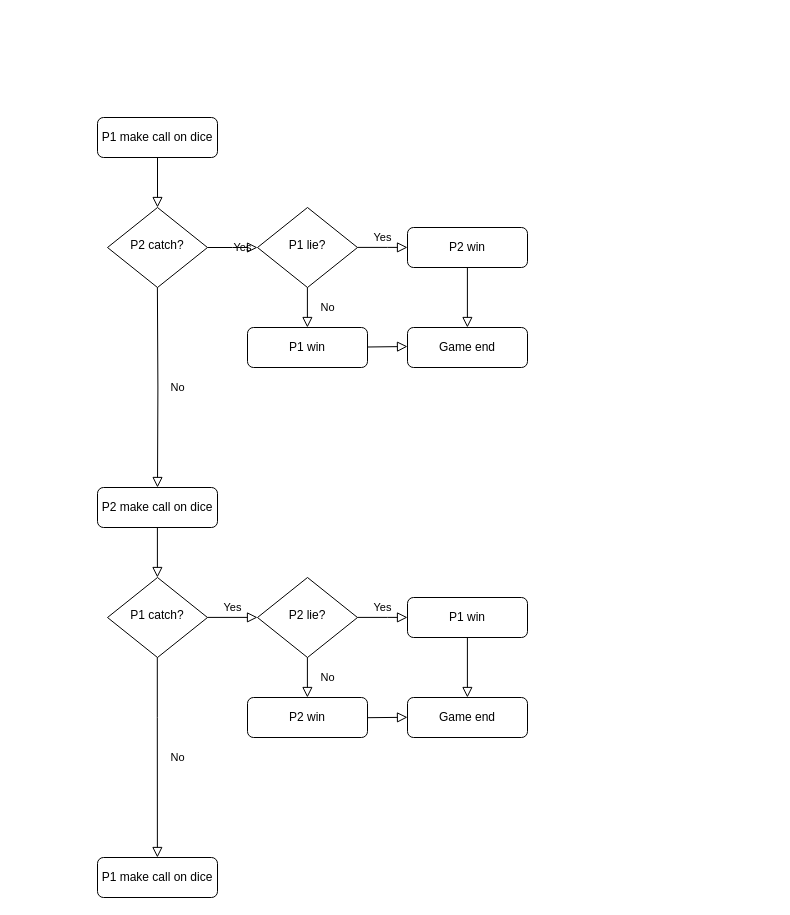
Above: Flowchart.drawio in hhshan21/Liar-s-Dice (draw.io), before the change. Source tidied: cells renumbered, new cells numbered last; positions are measured from the earlier drawing's top-left corner, leaving out a move shared by most shapes. Both pictures are drawn from the tidied source at 100%, with x=0, y=0 at pixel (97, 117).
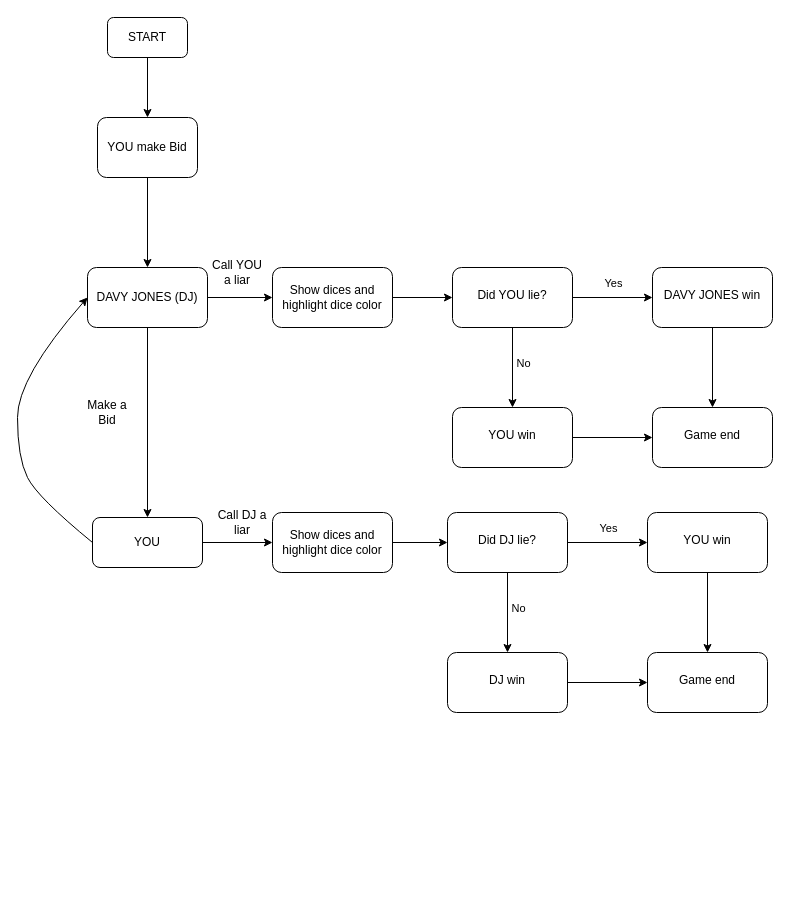
The same page after the edit.

Diff of the diagram source:
```diff
@@
-    <mxCell id="2" style="rounded=0;html=1;jettySize=auto;fontSize=11;endArrow=block;endFill=0;endSize=8;strokeWidth=1;shadow=0;labelBackgroundColor=none;edgeStyle=orthogonalEdgeStyle;" parent="1" edge="1" source="3" target="5">
-      <mxGeometry relative="1" as="geometry" />
-    </mxCell>
+    <mxCell id="29" style="edgeStyle=orthogonalEdgeStyle;rounded=0;jettySize=auto;html=1;" parent="1" edge="1" source="3" target="44">
+      <mxGeometry relative="1" as="geometry" />
+    </mxCell>
-    <mxCell id="3" value="P1 make call on dice" style="rounded=1;whiteSpace=wrap;html=1;fontSize=12;glass=0;strokeWidth=1;shadow=0;" parent="1" vertex="1">
-      <mxGeometry width="120" height="40" as="geometry" />
+    <mxCell id="3" value="YOU make Bid" style="rounded=1;whiteSpace=wrap;html=1;fontSize=12;glass=0;strokeWidth=1;shadow=0;" parent="1" vertex="1">
+      <mxGeometry width="100" height="60" as="geometry" />
     </mxCell>
-    <mxCell id="4" value="Yes" style="edgeStyle=orthogonalEdgeStyle;rounded=0;html=1;jettySize=auto;fontSize=11;endArrow=block;endFill=0;endSize=8;strokeWidth=1;shadow=0;labelBackgroundColor=none;" parent="1" edge="1" source="5">
-      <mxGeometry y="10" relative="1" as="geometry">
-        <mxPoint x="160" y="130" as="targetPoint" />
-      </mxGeometry>
-    </mxCell>
-    <mxCell id="5" value="P2 catch?" style="rhombus;whiteSpace=wrap;html=1;shadow=0;fontFamily=Helvetica;fontSize=12;align=center;strokeWidth=1;spacing=6;spacingTop=-4;" parent="1" vertex="1">
-      <mxGeometry x="10" y="90" width="100" height="80" as="geometry" />
-    </mxCell>
-    <mxCell id="6" value="P1 win" style="rounded=1;whiteSpace=wrap;html=1;fontSize=12;glass=0;strokeWidth=1;shadow=0;" parent="1" vertex="1">
-      <mxGeometry x="150" y="210" width="120" height="40" as="geometry" />
-    </mxCell>
-    <mxCell id="7" value="P1 lie?" style="rhombus;whiteSpace=wrap;html=1;shadow=0;fontFamily=Helvetica;fontSize=12;align=center;strokeWidth=1;spacing=6;spacingTop=-4;" parent="1" vertex="1">
-      <mxGeometry x="160" y="90" width="100" height="80" as="geometry" />
-    </mxCell>
-    <mxCell id="8" value="Yes" style="edgeStyle=orthogonalEdgeStyle;rounded=0;html=1;jettySize=auto;orthogonalLoop=1;fontSize=11;endArrow=block;endFill=0;endSize=8;strokeWidth=1;shadow=0;labelBackgroundColor=none;" parent="1" edge="1">
-      <mxGeometry y="10" relative="1" as="geometry">
-        <mxPoint x="260" y="129.9" as="sourcePoint" />
-        <mxPoint x="310" y="129.9" as="targetPoint" />
-        <Array as="points">
-          <mxPoint x="290" y="129.9" />
-          <mxPoint x="290" y="129.9" />
-        </Array>
-      </mxGeometry>
-    </mxCell>
-    <mxCell id="9" value="P2 win" style="rounded=1;whiteSpace=wrap;html=1;fontSize=12;glass=0;strokeWidth=1;shadow=0;" parent="1" vertex="1">
-      <mxGeometry x="310" y="110" width="120" height="40" as="geometry" />
-    </mxCell>
-    <mxCell id="10" value="No" style="rounded=0;html=1;jettySize=auto;orthogonalLoop=1;fontSize=11;endArrow=block;endFill=0;endSize=8;strokeWidth=1;shadow=0;labelBackgroundColor=none;edgeStyle=orthogonalEdgeStyle;" parent="1" edge="1">
-      <mxGeometry y="20" relative="1" as="geometry">
-        <mxPoint x="209.9" y="170" as="sourcePoint" />
-        <mxPoint x="209.9" y="210" as="targetPoint" />
-        <Array as="points">
-          <mxPoint x="209.9" y="170" />
-          <mxPoint x="209.9" y="170" />
-        </Array>
-      </mxGeometry>
-    </mxCell>
-    <mxCell id="11" style="edgeStyle=none;orthogonalLoop=1;jettySize=auto;html=1;rounded=0;shadow=0;labelBackgroundColor=none;fontFamily=Helvetica;fontSize=11;fontColor=default;endArrow=block;endFill=0;endSize=8;strokeColor=default;strokeWidth=1;shape=connector;" parent="1" edge="1">
-      <mxGeometry relative="1" as="geometry">
-        <mxPoint x="270" y="229.5" as="sourcePoint" />
-        <mxPoint x="310" y="229" as="targetPoint" />
-      </mxGeometry>
-    </mxCell>
-    <mxCell id="12" style="edgeStyle=none;orthogonalLoop=1;jettySize=auto;html=1;rounded=0;shadow=0;labelBackgroundColor=none;fontFamily=Helvetica;fontSize=11;fontColor=default;endArrow=block;endFill=0;endSize=8;strokeColor=default;strokeWidth=1;shape=connector;" parent="1" edge="1">
-      <mxGeometry relative="1" as="geometry">
-        <mxPoint x="369.9" y="150" as="sourcePoint" />
-        <mxPoint x="369.9" y="210" as="targetPoint" />
-      </mxGeometry>
-    </mxCell>
-    <mxCell id="13" value="Game end" style="rounded=1;whiteSpace=wrap;html=1;fontSize=12;glass=0;strokeWidth=1;shadow=0;" parent="1" vertex="1">
-      <mxGeometry x="310" y="210" width="120" height="40" as="geometry" />
-    </mxCell>
-    <mxCell id="14" value="P2 make call on dice" style="rounded=1;whiteSpace=wrap;html=1;fontSize=12;glass=0;strokeWidth=1;shadow=0;" parent="1" vertex="1">
-      <mxGeometry y="370" width="120" height="40" as="geometry" />
-    </mxCell>
-    <mxCell id="15" value="No" style="rounded=0;html=1;jettySize=auto;fontSize=11;endArrow=block;endFill=0;endSize=8;strokeWidth=1;shadow=0;labelBackgroundColor=none;edgeStyle=orthogonalEdgeStyle;entryX=0.5;entryY=0;entryDx=0;entryDy=0;" parent="1" edge="1" target="14">
-      <mxGeometry y="20" relative="1" as="geometry">
-        <mxPoint x="59.9" y="170" as="sourcePoint" />
-      </mxGeometry>
-    </mxCell>
-    <mxCell id="16" style="rounded=0;html=1;jettySize=auto;orthogonalLoop=1;fontSize=11;endArrow=block;endFill=0;endSize=8;strokeWidth=1;shadow=0;labelBackgroundColor=none;edgeStyle=orthogonalEdgeStyle;" parent="1" edge="1">
-      <mxGeometry relative="1" as="geometry">
-        <mxPoint x="59.9" y="410" as="sourcePoint" />
-        <mxPoint x="59.9" y="460" as="targetPoint" />
-      </mxGeometry>
-    </mxCell>
-    <mxCell id="17" value="P1 catch?" style="rhombus;whiteSpace=wrap;html=1;shadow=0;fontFamily=Helvetica;fontSize=12;align=center;strokeWidth=1;spacing=6;spacingTop=-4;" parent="1" vertex="1">
-      <mxGeometry x="10" y="460" width="100" height="80" as="geometry" />
-    </mxCell>
-    <mxCell id="18" value="Yes" style="edgeStyle=orthogonalEdgeStyle;rounded=0;html=1;jettySize=auto;orthogonalLoop=1;fontSize=11;endArrow=block;endFill=0;endSize=8;strokeWidth=1;shadow=0;labelBackgroundColor=none;" parent="1" edge="1">
-      <mxGeometry y="10" relative="1" as="geometry">
-        <mxPoint x="110" y="499.9" as="sourcePoint" />
-        <mxPoint x="160" y="499.9" as="targetPoint" />
-      </mxGeometry>
-    </mxCell>
-    <mxCell id="19" value="P2 lie?" style="rhombus;whiteSpace=wrap;html=1;shadow=0;fontFamily=Helvetica;fontSize=12;align=center;strokeWidth=1;spacing=6;spacingTop=-4;" parent="1" vertex="1">
-      <mxGeometry x="160" y="460" width="100" height="80" as="geometry" />
-    </mxCell>
-    <mxCell id="20" value="Yes" style="edgeStyle=orthogonalEdgeStyle;rounded=0;html=1;jettySize=auto;orthogonalLoop=1;fontSize=11;endArrow=block;endFill=0;endSize=8;strokeWidth=1;shadow=0;labelBackgroundColor=none;" parent="1" edge="1">
-      <mxGeometry y="10" relative="1" as="geometry">
-        <mxPoint x="260" y="499.9" as="sourcePoint" />
-        <mxPoint x="310" y="499.9" as="targetPoint" />
-        <Array as="points">
-          <mxPoint x="290" y="499.9" />
-          <mxPoint x="290" y="499.9" />
-        </Array>
-      </mxGeometry>
-    </mxCell>
-    <mxCell id="21" value="P1 win" style="rounded=1;whiteSpace=wrap;html=1;fontSize=12;glass=0;strokeWidth=1;shadow=0;" parent="1" vertex="1">
-      <mxGeometry x="310" y="480" width="120" height="40" as="geometry" />
-    </mxCell>
-    <mxCell id="22" value="No" style="rounded=0;html=1;jettySize=auto;orthogonalLoop=1;fontSize=11;endArrow=block;endFill=0;endSize=8;strokeWidth=1;shadow=0;labelBackgroundColor=none;edgeStyle=orthogonalEdgeStyle;" parent="1" edge="1">
-      <mxGeometry y="20" relative="1" as="geometry">
-        <mxPoint x="209.9" y="540" as="sourcePoint" />
-        <mxPoint x="209.9" y="580" as="targetPoint" />
-        <Array as="points">
-          <mxPoint x="209.9" y="540" />
-          <mxPoint x="209.9" y="540" />
-        </Array>
-      </mxGeometry>
-    </mxCell>
-    <mxCell id="23" value="P2 win" style="rounded=1;whiteSpace=wrap;html=1;fontSize=12;glass=0;strokeWidth=1;shadow=0;" parent="1" vertex="1">
-      <mxGeometry x="150" y="580" width="120" height="40" as="geometry" />
-    </mxCell>
-    <mxCell id="24" style="edgeStyle=none;orthogonalLoop=1;jettySize=auto;html=1;rounded=0;shadow=0;labelBackgroundColor=none;fontFamily=Helvetica;fontSize=11;fontColor=default;endArrow=block;endFill=0;endSize=8;strokeColor=default;strokeWidth=1;shape=connector;" parent="1" edge="1">
-      <mxGeometry relative="1" as="geometry">
-        <mxPoint x="369.9" y="520" as="sourcePoint" />
-        <mxPoint x="369.9" y="580" as="targetPoint" />
-      </mxGeometry>
-    </mxCell>
-    <mxCell id="25" style="edgeStyle=none;orthogonalLoop=1;jettySize=auto;html=1;rounded=0;shadow=0;labelBackgroundColor=none;fontFamily=Helvetica;fontSize=11;fontColor=default;endArrow=block;endFill=0;endSize=8;strokeColor=default;strokeWidth=1;shape=connector;" parent="1" edge="1">
-      <mxGeometry relative="1" as="geometry">
-        <mxPoint x="270" y="600.2" as="sourcePoint" />
-        <mxPoint x="310" y="599.8" as="targetPoint" />
-      </mxGeometry>
-    </mxCell>
-    <mxCell id="26" value="Game end" style="rounded=1;whiteSpace=wrap;html=1;fontSize=12;glass=0;strokeWidth=1;shadow=0;" parent="1" vertex="1">
-      <mxGeometry x="310" y="580" width="120" height="40" as="geometry" />
-    </mxCell>
-    <mxCell id="27" value="No" style="rounded=0;html=1;jettySize=auto;orthogonalLoop=1;fontSize=11;endArrow=block;endFill=0;endSize=8;strokeWidth=1;shadow=0;labelBackgroundColor=none;edgeStyle=orthogonalEdgeStyle;entryX=0.5;entryY=0;entryDx=0;entryDy=0;" parent="1" edge="1">
-      <mxGeometry y="20" relative="1" as="geometry">
-        <mxPoint x="59.8" y="540" as="sourcePoint" />
-        <mxPoint x="59.9" y="740" as="targetPoint" />
-        <Array as="points">
-          <mxPoint x="59.8" y="600" />
-          <mxPoint x="59.8" y="600" />
-        </Array>
-      </mxGeometry>
-    </mxCell>
-    <mxCell id="28" value="P1 make call on dice" style="rounded=1;whiteSpace=wrap;html=1;fontSize=12;glass=0;strokeWidth=1;shadow=0;" parent="1" vertex="1">
-      <mxGeometry y="740" width="120" height="40" as="geometry" />
-    </mxCell>
+    <mxCell id="30" style="edgeStyle=orthogonalEdgeStyle;rounded=0;jettySize=auto;html=1;" parent="1" edge="1" source="31" target="3">
+      <mxGeometry relative="1" as="geometry" />
+    </mxCell>
+    <mxCell id="31" value="START" style="rounded=1;whiteSpace=wrap;html=1;fontSize=12;glass=0;strokeWidth=1;shadow=0;" parent="1" vertex="1">
+      <mxGeometry x="10" y="-100" width="80" height="40" as="geometry" />
+    </mxCell>
+    <mxCell id="32" style="edgeStyle=orthogonalEdgeStyle;rounded=0;jettySize=auto;html=1;" parent="1" edge="1" source="36" target="38">
+      <mxGeometry relative="1" as="geometry" />
+    </mxCell>
+    <mxCell id="33" value="Yes" style="edgeLabel;html=1;align=center;verticalAlign=middle;" parent="32" vertex="1">
+      <mxGeometry x="-0.03" y="2" relative="1" as="geometry">
+        <mxPoint x="1" y="-13" as="offset" />
+      </mxGeometry>
+    </mxCell>
+    <mxCell id="34" style="edgeStyle=orthogonalEdgeStyle;rounded=0;jettySize=auto;html=1;" parent="1" edge="1" source="36" target="41">
+      <mxGeometry relative="1" as="geometry" />
+    </mxCell>
+    <mxCell id="35" value="No" style="edgeLabel;html=1;align=center;verticalAlign=middle;" parent="34" vertex="1">
+      <mxGeometry x="-0.34" y="3" relative="1" as="geometry">
+        <mxPoint x="7" y="9" as="offset" />
+      </mxGeometry>
+    </mxCell>
+    <mxCell id="36" value="Did YOU lie?" style="rounded=1;whiteSpace=wrap;html=1;shadow=0;strokeWidth=1;spacing=6;spacingTop=-4;" parent="1" vertex="1">
+      <mxGeometry x="355" y="150" width="120" height="60" as="geometry" />
+    </mxCell>
+    <mxCell id="37" style="edgeStyle=orthogonalEdgeStyle;rounded=0;jettySize=auto;html=1;" parent="1" edge="1" source="38" target="39">
+      <mxGeometry relative="1" as="geometry" />
+    </mxCell>
+    <mxCell id="38" value="DAVY JONES win" style="rounded=1;whiteSpace=wrap;html=1;shadow=0;strokeWidth=1;spacing=6;spacingTop=-4;" parent="1" vertex="1">
+      <mxGeometry x="555" y="150" width="120" height="60" as="geometry" />
+    </mxCell>
+    <mxCell id="39" value="Game end" style="rounded=1;whiteSpace=wrap;html=1;shadow=0;strokeWidth=1;spacing=6;spacingTop=-4;" parent="1" vertex="1">
+      <mxGeometry x="555" y="290" width="120" height="60" as="geometry" />
+    </mxCell>
+    <mxCell id="40" style="edgeStyle=orthogonalEdgeStyle;rounded=0;jettySize=auto;html=1;" parent="1" edge="1" source="41" target="39">
+      <mxGeometry relative="1" as="geometry" />
+    </mxCell>
+    <mxCell id="41" value="YOU win" style="rounded=1;whiteSpace=wrap;html=1;shadow=0;strokeWidth=1;spacing=6;spacingTop=-4;" parent="1" vertex="1">
+      <mxGeometry x="355" y="290" width="120" height="60" as="geometry" />
+    </mxCell>
+    <mxCell id="42" style="edgeStyle=orthogonalEdgeStyle;rounded=0;jettySize=auto;html=1;" parent="1" edge="1" source="44" target="47">
+      <mxGeometry relative="1" as="geometry" />
+    </mxCell>
+    <mxCell id="43" style="edgeStyle=orthogonalEdgeStyle;rounded=0;jettySize=auto;html=1;" parent="1" edge="1" source="44" target="62">
+      <mxGeometry relative="1" as="geometry" />
+    </mxCell>
+    <mxCell id="44" value="DAVY JONES (DJ)" style="rounded=1;whiteSpace=wrap;html=1;" parent="1" vertex="1">
+      <mxGeometry x="-10" y="150" width="120" height="60" as="geometry" />
+    </mxCell>
+    <mxCell id="45" value="Call YOU a liar" style="text;html=1;strokeColor=none;fillColor=none;align=center;verticalAlign=middle;whiteSpace=wrap;rounded=0;" parent="1" vertex="1">
+      <mxGeometry x="110" y="140" width="60" height="30" as="geometry" />
+    </mxCell>
+    <mxCell id="46" style="edgeStyle=orthogonalEdgeStyle;rounded=0;jettySize=auto;html=1;" parent="1" edge="1" source="47" target="64">
+      <mxGeometry relative="1" as="geometry" />
+    </mxCell>
+    <mxCell id="47" value="YOU" style="rounded=1;whiteSpace=wrap;html=1;" parent="1" vertex="1">
+      <mxGeometry x="-5" y="400" width="110" height="50" as="geometry" />
+    </mxCell>
+    <mxCell id="48" value="Make a Bid" style="text;html=1;strokeColor=none;fillColor=none;align=center;verticalAlign=middle;whiteSpace=wrap;rounded=0;" parent="1" vertex="1">
+      <mxGeometry x="-20" y="280" width="60" height="30" as="geometry" />
+    </mxCell>
+    <mxCell id="49" style="edgeStyle=orthogonalEdgeStyle;rounded=0;jettySize=auto;html=1;" parent="1" edge="1" source="53" target="55">
+      <mxGeometry relative="1" as="geometry" />
+    </mxCell>
+    <mxCell id="50" value="Yes" style="edgeLabel;html=1;align=center;verticalAlign=middle;" parent="49" vertex="1">
+      <mxGeometry x="-0.03" y="2" relative="1" as="geometry">
+        <mxPoint x="1" y="-13" as="offset" />
+      </mxGeometry>
+    </mxCell>
+    <mxCell id="51" style="edgeStyle=orthogonalEdgeStyle;rounded=0;jettySize=auto;html=1;" parent="1" edge="1" source="53" target="58">
+      <mxGeometry relative="1" as="geometry" />
+    </mxCell>
+    <mxCell id="52" value="No" style="edgeLabel;html=1;align=center;verticalAlign=middle;" parent="51" vertex="1">
+      <mxGeometry x="-0.34" y="3" relative="1" as="geometry">
+        <mxPoint x="7" y="9" as="offset" />
+      </mxGeometry>
+    </mxCell>
+    <mxCell id="53" value="Did DJ lie?" style="rounded=1;whiteSpace=wrap;html=1;shadow=0;strokeWidth=1;spacing=6;spacingTop=-4;" parent="1" vertex="1">
+      <mxGeometry x="350" y="395" width="120" height="60" as="geometry" />
+    </mxCell>
+    <mxCell id="54" style="edgeStyle=orthogonalEdgeStyle;rounded=0;jettySize=auto;html=1;" parent="1" edge="1" source="55" target="56">
+      <mxGeometry relative="1" as="geometry" />
+    </mxCell>
+    <mxCell id="55" value="YOU win" style="rounded=1;whiteSpace=wrap;html=1;shadow=0;strokeWidth=1;spacing=6;spacingTop=-4;" parent="1" vertex="1">
+      <mxGeometry x="550" y="395" width="120" height="60" as="geometry" />
+    </mxCell>
+    <mxCell id="56" value="Game end" style="rounded=1;whiteSpace=wrap;html=1;shadow=0;strokeWidth=1;spacing=6;spacingTop=-4;" parent="1" vertex="1">
+      <mxGeometry x="550" y="535" width="120" height="60" as="geometry" />
+    </mxCell>
+    <mxCell id="57" style="edgeStyle=orthogonalEdgeStyle;rounded=0;jettySize=auto;html=1;" parent="1" edge="1" source="58" target="56">
+      <mxGeometry relative="1" as="geometry" />
+    </mxCell>
+    <mxCell id="58" value="DJ win" style="rounded=1;whiteSpace=wrap;html=1;shadow=0;strokeWidth=1;spacing=6;spacingTop=-4;" parent="1" vertex="1">
+      <mxGeometry x="350" y="535" width="120" height="60" as="geometry" />
+    </mxCell>
+    <mxCell id="59" value="Call DJ a liar" style="text;html=1;strokeColor=none;fillColor=none;align=center;verticalAlign=middle;whiteSpace=wrap;rounded=0;" parent="1" vertex="1">
+      <mxGeometry x="115" y="390" width="60" height="30" as="geometry" />
+    </mxCell>
+    <mxCell id="60" style="curved=1;endArrow=classic;html=1;rounded=0;entryX=0;entryY=0.5;entryDx=0;entryDy=0;exitX=0;exitY=0.5;exitDx=0;exitDy=0;" parent="1" edge="1" source="47" target="44">
+      <mxGeometry relative="1" as="geometry">
+        <Array as="points">
+          <mxPoint x="-60" y="380" />
+          <mxPoint x="-80" y="340" />
+          <mxPoint x="-80" y="260" />
+        </Array>
+      </mxGeometry>
+    </mxCell>
+    <mxCell id="61" style="edgeStyle=orthogonalEdgeStyle;rounded=0;jettySize=auto;html=1;" parent="1" edge="1" source="62" target="36">
+      <mxGeometry relative="1" as="geometry" />
+    </mxCell>
+    <mxCell id="62" value="Show dices and highlight dice color" style="rounded=1;whiteSpace=wrap;html=1;" parent="1" vertex="1">
+      <mxGeometry x="175" y="150" width="120" height="60" as="geometry" />
+    </mxCell>
+    <mxCell id="63" style="edgeStyle=orthogonalEdgeStyle;rounded=0;jettySize=auto;html=1;" parent="1" edge="1" source="64" target="53">
+      <mxGeometry relative="1" as="geometry" />
+    </mxCell>
+    <mxCell id="64" value="Show dices and highlight dice color" style="rounded=1;whiteSpace=wrap;html=1;" parent="1" vertex="1">
+      <mxGeometry x="175" y="395" width="120" height="60" as="geometry" />
+    </mxCell>
```
